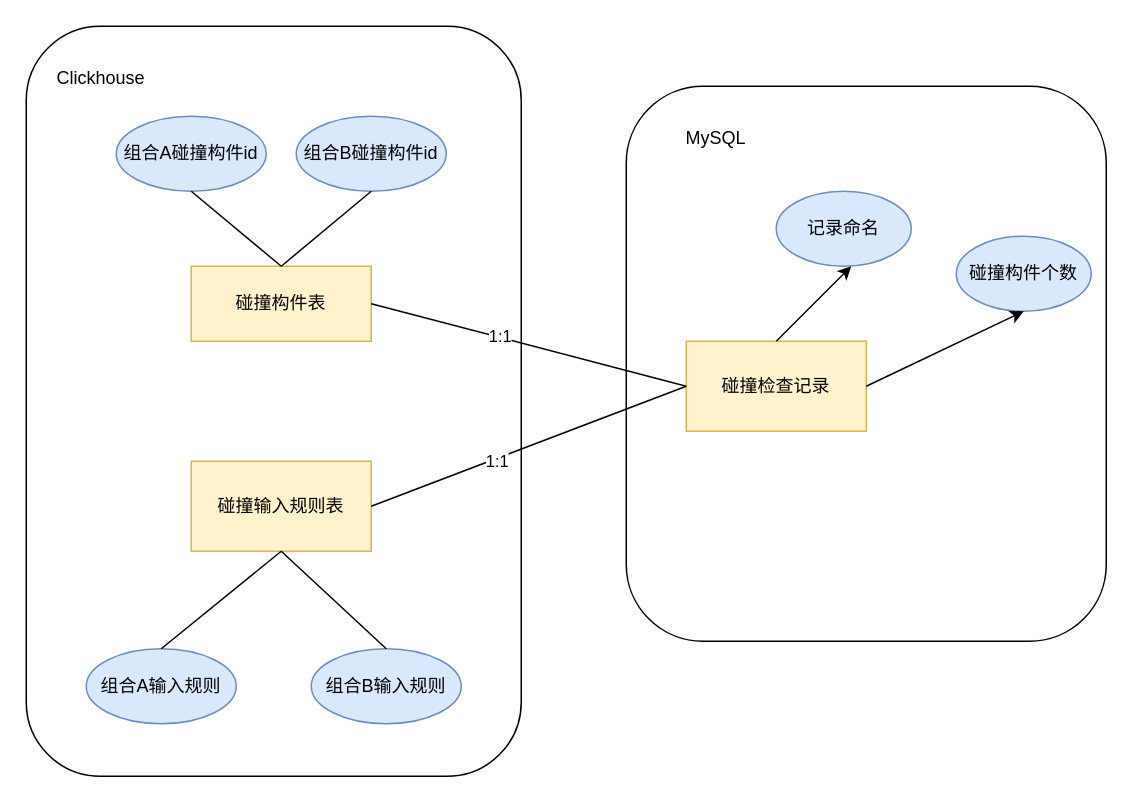
KeatonLi/pictures keeps this draw.io diagram as 碰撞结果存储clickhouse.drawio. Above is the earlier version. Source tidied: cells renumbered, new cells numbered last; positions are measured from the earlier drawing's top-left corner, leaving out a move shared by most shapes. Both pictures are drawn from the tidied source at 150%, with x=0, y=0 at pixel (26, 26).
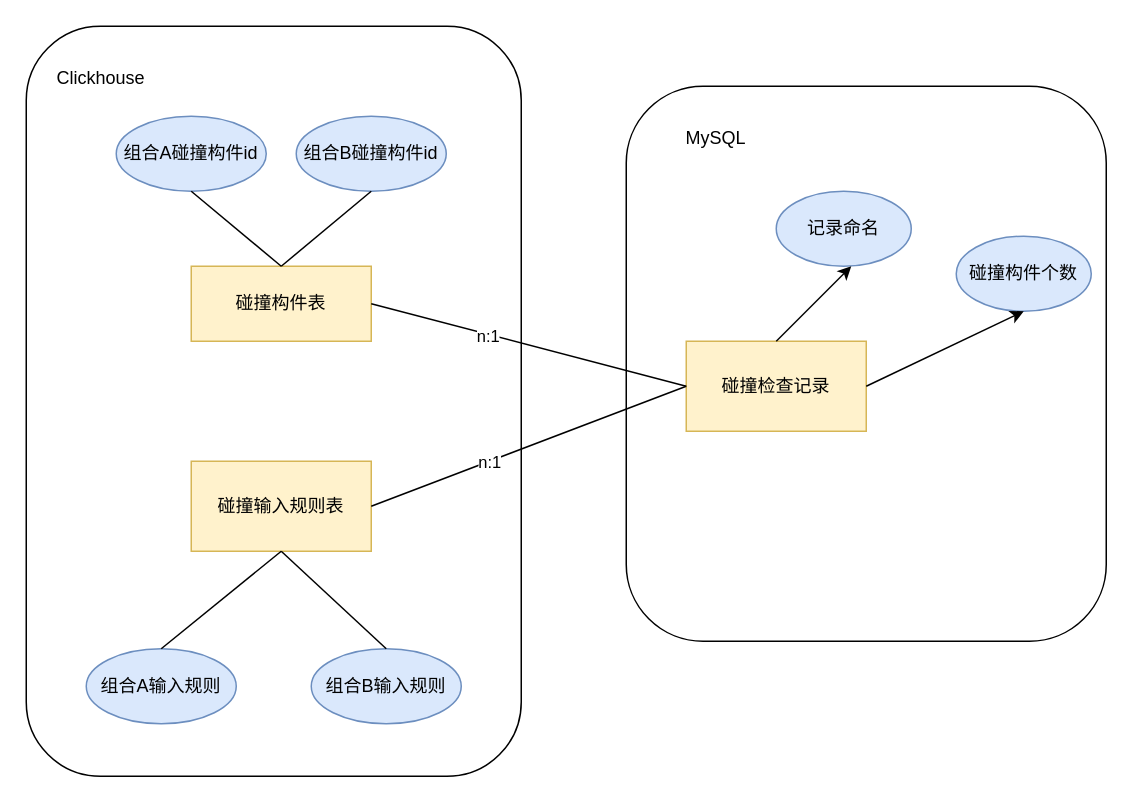
The same diagram, later.

Commit message:
更新碰撞结果存储clickhouse.drawio

The change refers to these unchanged cells:
```xml
<mxCell id="11" style="endArrow=none;html=1;rounded=0;exitX=1;exitY=0.5;exitDx=0;exitDy=0;entryX=0;entryY=0.5;entryDx=0;entryDy=0;" parent="1" edge="1" source="4" target="6">
  <mxGeometry relative="1" as="geometry" />
</mxCell>
<mxCell id="13" style="endArrow=none;html=1;rounded=0;entryX=0;entryY=0.5;entryDx=0;entryDy=0;exitX=1;exitY=0.5;exitDx=0;exitDy=0;" parent="1" edge="1" source="5" target="6">
  <mxGeometry relative="1" as="geometry" />
</mxCell>
```

The edit, as a diff of the source:
```diff
@@
-    <mxCell id="12" value="1:1" style="edgeLabel;html=1;align=center;verticalAlign=middle;" parent="11" vertex="1">
-      <mxGeometry x="-0.19" y="1" relative="1" as="geometry" />
-    </mxCell>
+    <mxCell id="25" value="n:1" style="edgeLabel;html=1;align=center;verticalAlign=middle;" parent="11" vertex="1">
+      <mxGeometry x="-0.26" y="-1" relative="1" as="geometry" />
+    </mxCell>
@@
-    <mxCell id="14" value="1:1" style="edgeLabel;html=1;align=center;verticalAlign=middle;" parent="13" vertex="1">
-      <mxGeometry x="-0.21" y="-2" relative="1" as="geometry">
-        <mxPoint y="-1" as="offset" />
-      </mxGeometry>
-    </mxCell>
+    <mxCell id="26" value="n:1" style="edgeLabel;html=1;align=center;verticalAlign=middle;" parent="13" vertex="1">
+      <mxGeometry x="-0.25" relative="1" as="geometry" />
+    </mxCell>
```
